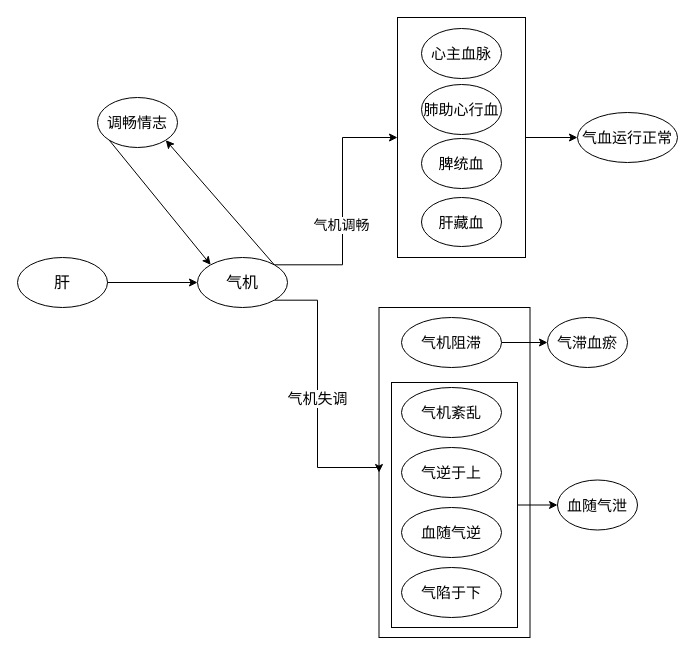
328507133/chart keeps this draw.io diagram as 医门推敲叁/中医藏象学说/藏象学说之肝/肝精、精气/001肝气.drawio. Above is the earlier version. Source tidied: cells renumbered, new cells numbered last; positions are measured from the earlier drawing's top-left corner, leaving out a move shared by most shapes. Both pictures are drawn from the tidied source at 100%, with x=0, y=0 at pixel (17, 17).
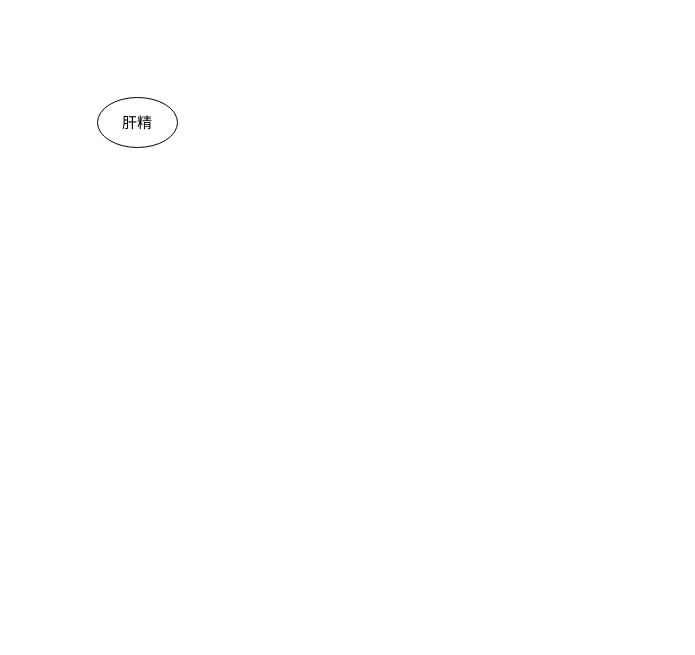
Above is the later version.

The edit, as a diff of the source:
```diff
@@
-    <mxCell id="2" style="rounded=0;whiteSpace=wrap;html=1;" parent="1" vertex="1">
-      <mxGeometry x="361.5" y="290" width="151" height="330" as="geometry" />
-    </mxCell>
-    <mxCell id="3" style="edgeStyle=orthogonalEdgeStyle;rounded=0;jettySize=auto;html=1;exitX=1;exitY=0.5;exitDx=0;exitDy=0;" parent="1" edge="1" source="4" target="29">
-      <mxGeometry relative="1" as="geometry" />
-    </mxCell>
-    <mxCell id="4" style="rounded=0;whiteSpace=wrap;html=1;" parent="1" vertex="1">
-      <mxGeometry x="374" y="365" width="126" height="245" as="geometry" />
-    </mxCell>
-    <mxCell id="5" value="调畅情志" style="ellipse;whiteSpace=wrap;html=1;fontSize=15;" parent="1" vertex="1">
+    <mxCell id="5" value="肝精" style="ellipse;whiteSpace=wrap;html=1;fontSize=15;" parent="1" vertex="1">
       <mxGeometry x="80" y="80" width="80" height="50" as="geometry" />
     </mxCell>
-    <mxCell id="6" style="edgeStyle=orthogonalEdgeStyle;rounded=0;jettySize=auto;html=1;exitX=1;exitY=0;exitDx=0;exitDy=0;entryX=0;entryY=0.5;entryDx=0;entryDy=0;" parent="1" edge="1" source="10" target="16">
-      <mxGeometry relative="1" as="geometry" />
-    </mxCell>
-    <mxCell id="7" value="气机调畅" style="edgeLabel;html=1;align=center;verticalAlign=middle;fontSize=14;" parent="6" vertex="1">
-      <mxGeometry x="-0.14" y="2" relative="1" as="geometry" />
-    </mxCell>
-    <mxCell id="8" style="edgeStyle=orthogonalEdgeStyle;rounded=0;jettySize=auto;html=1;exitX=1;exitY=1;exitDx=0;exitDy=0;entryX=0;entryY=0.5;entryDx=0;entryDy=0;" parent="1" edge="1" source="10" target="2">
-      <mxGeometry relative="1" as="geometry">
-        <Array as="points">
-          <mxPoint x="300" y="283" />
-          <mxPoint x="300" y="450" />
-          <mxPoint x="362" y="450" />
-        </Array>
-      </mxGeometry>
-    </mxCell>
-    <mxCell id="9" value="气机失调" style="edgeLabel;html=1;align=center;verticalAlign=middle;fontSize=15;" parent="8" vertex="1">
-      <mxGeometry x="0.02" y="-1" relative="1" as="geometry" />
-    </mxCell>
-    <mxCell id="10" value="气机" style="ellipse;whiteSpace=wrap;html=1;fontSize=16;" parent="1" vertex="1">
-      <mxGeometry x="180" y="240" width="90" height="50" as="geometry" />
-    </mxCell>
-    <mxCell id="11" value="肝" style="ellipse;whiteSpace=wrap;html=1;fontSize=16;" parent="1" vertex="1">
-      <mxGeometry y="240" width="90" height="50" as="geometry" />
-    </mxCell>
-    <mxCell id="12" style="endArrow=classic;html=1;rounded=0;entryX=1;entryY=1;entryDx=0;entryDy=0;exitX=1;exitY=0;exitDx=0;exitDy=0;" parent="1" edge="1" source="10" target="5">
-      <mxGeometry relative="1" as="geometry" />
-    </mxCell>
-    <mxCell id="13" style="endArrow=classic;html=1;rounded=0;entryX=0;entryY=0;entryDx=0;entryDy=0;exitX=0;exitY=1;exitDx=0;exitDy=0;" parent="1" edge="1" source="5" target="10">
-      <mxGeometry relative="1" as="geometry" />
-    </mxCell>
-    <mxCell id="14" style="endArrow=classic;html=1;rounded=0;entryX=0;entryY=0.5;entryDx=0;entryDy=0;exitX=1;exitY=0.5;exitDx=0;exitDy=0;" parent="1" edge="1" source="11" target="10">
-      <mxGeometry relative="1" as="geometry" />
-    </mxCell>
-    <mxCell id="15" style="edgeStyle=orthogonalEdgeStyle;rounded=0;jettySize=auto;html=1;exitX=1;exitY=0.5;exitDx=0;exitDy=0;entryX=0;entryY=0.5;entryDx=0;entryDy=0;" parent="1" edge="1" source="16" target="21">
-      <mxGeometry relative="1" as="geometry" />
-    </mxCell>
-    <mxCell id="16" style="rounded=0;whiteSpace=wrap;html=1;" parent="1" vertex="1">
-      <mxGeometry x="380" width="128" height="240" as="geometry" />
-    </mxCell>
-    <mxCell id="17" value="心主血脉" style="ellipse;whiteSpace=wrap;html=1;fontSize=15;" parent="1" vertex="1">
-      <mxGeometry x="404" y="11" width="80" height="50" as="geometry" />
-    </mxCell>
-    <mxCell id="18" value="肺助心行血" style="ellipse;whiteSpace=wrap;html=1;fontSize=15;" parent="1" vertex="1">
-      <mxGeometry x="404" y="67" width="80" height="50" as="geometry" />
-    </mxCell>
-    <mxCell id="19" value="脾统血" style="ellipse;whiteSpace=wrap;html=1;fontSize=15;" parent="1" vertex="1">
-      <mxGeometry x="404" y="121" width="80" height="50" as="geometry" />
-    </mxCell>
-    <mxCell id="20" value="肝藏血" style="ellipse;whiteSpace=wrap;html=1;fontSize=15;" parent="1" vertex="1">
-      <mxGeometry x="404" y="180" width="80" height="49" as="geometry" />
-    </mxCell>
-    <mxCell id="21" value="气血运行正常" style="ellipse;whiteSpace=wrap;html=1;fontSize=15;" parent="1" vertex="1">
-      <mxGeometry x="560" y="95" width="100" height="50" as="geometry" />
-    </mxCell>
-    <mxCell id="22" style="edgeStyle=orthogonalEdgeStyle;rounded=0;jettySize=auto;html=1;exitX=1;exitY=0.5;exitDx=0;exitDy=0;entryX=0;entryY=0.5;entryDx=0;entryDy=0;" parent="1" edge="1" source="23" target="24">
-      <mxGeometry relative="1" as="geometry" />
-    </mxCell>
-    <mxCell id="23" value="气机阻滞" style="ellipse;whiteSpace=wrap;html=1;fontSize=15;" parent="1" vertex="1">
-      <mxGeometry x="384" y="300" width="100" height="50" as="geometry" />
-    </mxCell>
-    <mxCell id="24" value="气滞血瘀" style="ellipse;whiteSpace=wrap;html=1;fontSize=15;" parent="1" vertex="1">
-      <mxGeometry x="530" y="300" width="80" height="50" as="geometry" />
-    </mxCell>
-    <mxCell id="25" value="气机紊乱" style="ellipse;whiteSpace=wrap;html=1;fontSize=15;" parent="1" vertex="1">
-      <mxGeometry x="384" y="370" width="100" height="50" as="geometry" />
-    </mxCell>
-    <mxCell id="26" value="气逆于上" style="ellipse;whiteSpace=wrap;html=1;fontSize=15;" parent="1" vertex="1">
-      <mxGeometry x="384" y="430" width="100" height="50" as="geometry" />
-    </mxCell>
-    <mxCell id="27" value="血随气逆" style="ellipse;whiteSpace=wrap;html=1;fontSize=15;" parent="1" vertex="1">
-      <mxGeometry x="384" y="490" width="100" height="50" as="geometry" />
-    </mxCell>
-    <mxCell id="28" value="气陷于下" style="ellipse;whiteSpace=wrap;html=1;fontSize=15;" parent="1" vertex="1">
-      <mxGeometry x="384" y="550" width="100" height="50" as="geometry" />
-    </mxCell>
-    <mxCell id="29" value="血随气泄" style="ellipse;whiteSpace=wrap;html=1;fontSize=15;" parent="1" vertex="1">
-      <mxGeometry x="540" y="462.5" width="80" height="50" as="geometry" />
-    </mxCell>
```
